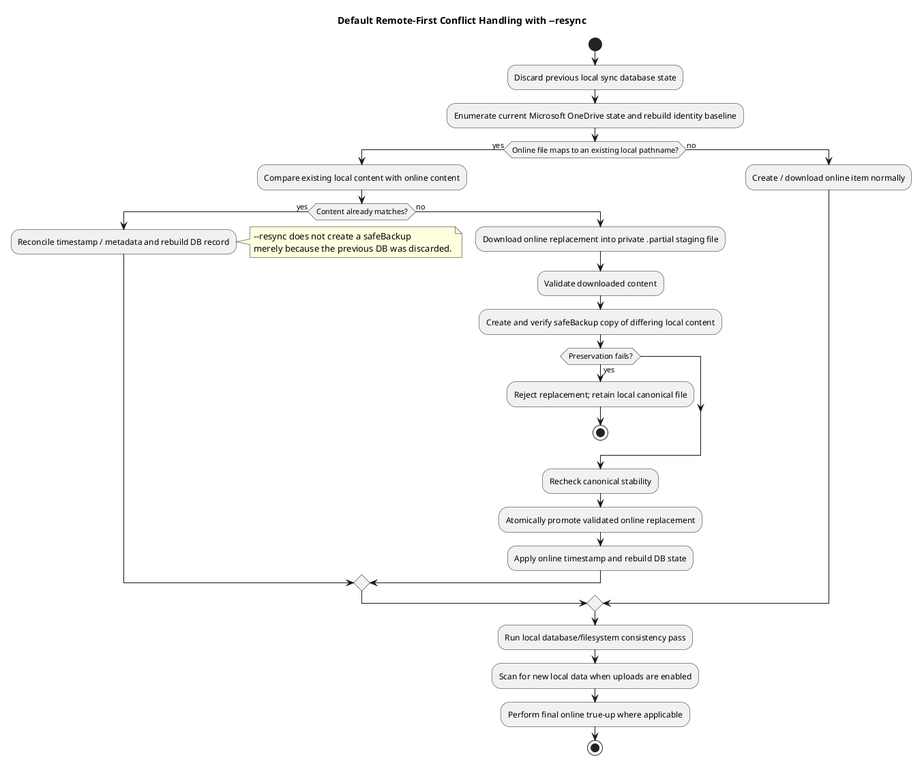
abraunegg/onedrive keeps this PlantUML diagram as docs/puml/conflict_handling_default_resync.png. Above is the earlier version.
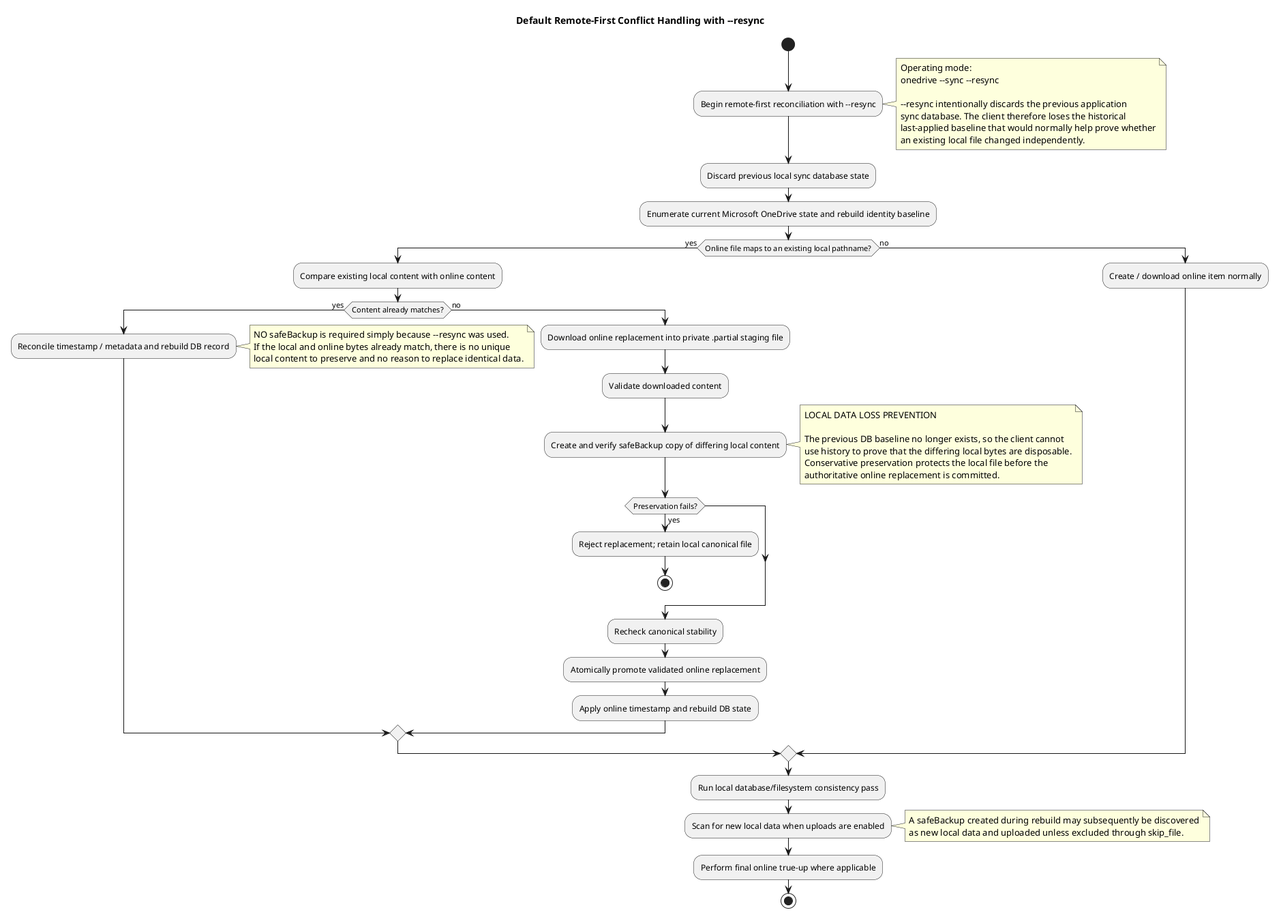
The same diagram one commit later.

Change to the diagram source:
```diff
@@ -1,6 +1,17 @@
 @startuml
 title Default Remote-First Conflict Handling with ~--resync
 start
+
+:Begin remote-first reconciliation with ~--resync;
+note right
+  Operating mode:
+  onedrive ~--sync ~--resync
+
+  ~--resync intentionally discards the previous application
+  sync database. The client therefore loses the historical
+  last-applied baseline that would normally help prove whether
+  an existing local file changed independently.
+end note
 
 :Discard previous local sync database state;
 :Enumerate current Microsoft OneDrive state and rebuild identity baseline;
@@ -10,13 +21,22 @@
   if (Content already matches?) then (yes)
     :Reconcile timestamp / metadata and rebuild DB record;
     note right
-      ~--resync does not create a safeBackup
-      merely because the previous DB was discarded.
+      NO safeBackup is required simply because ~--resync was used.
+      If the local and online bytes already match, there is no unique
+      local content to preserve and no reason to replace identical data.
     end note
   else (no)
     :Download online replacement into private .partial staging file;
     :Validate downloaded content;
     :Create and verify safeBackup copy of differing local content;
+    note right
+      LOCAL DATA LOSS PREVENTION
+
+      The previous DB baseline no longer exists, so the client cannot
+      use history to prove that the differing local bytes are disposable.
+      Conservative preservation protects the local file before the
+      authoritative online replacement is committed.
+    end note
     if (Preservation fails?) then (yes)
       :Reject replacement; retain local canonical file;
       stop
@@ -31,6 +51,10 @@
 
 :Run local database/filesystem consistency pass;
 :Scan for new local data when uploads are enabled;
+note right
+  A safeBackup created during rebuild may subsequently be discovered
+  as new local data and uploaded unless excluded through skip_file.
+end note
 :Perform final online true-up where applicable;
 stop
 @enduml
```
